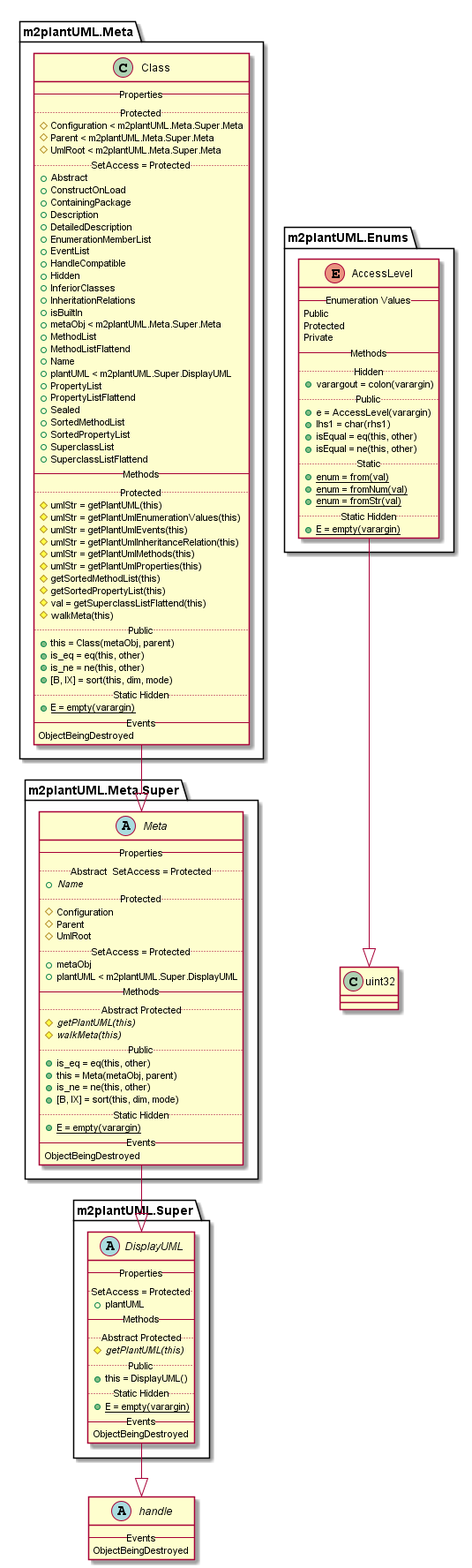
The PlantUML diagram doc/uml-examples/export-class-MethodInheritanceHint-false.png in flxdot/matdoc, before a commit.
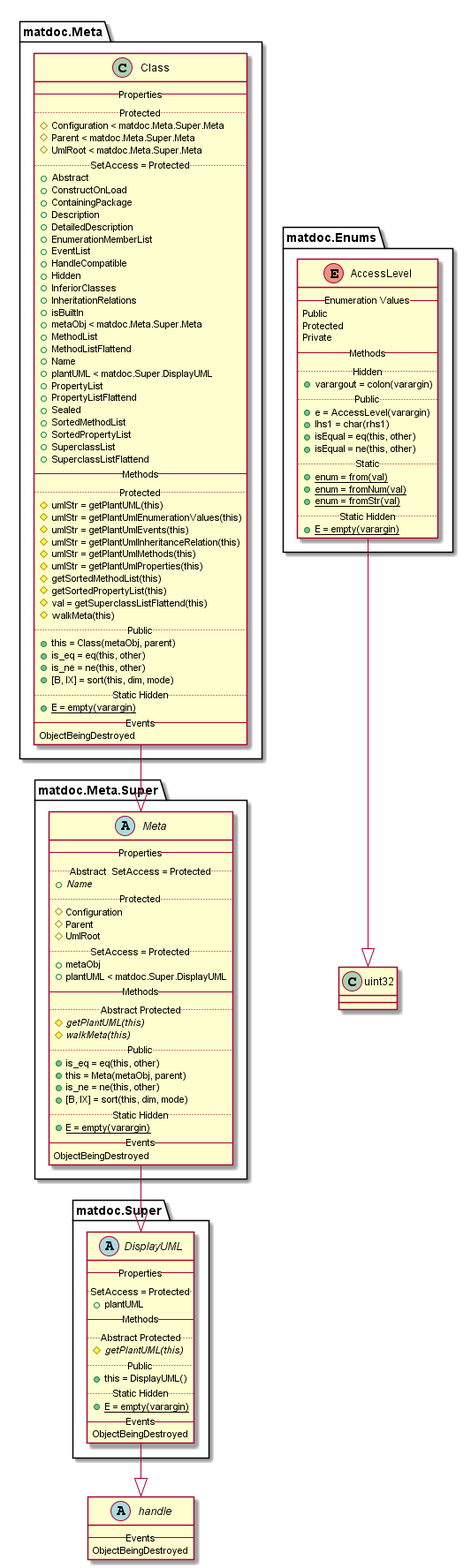
The same file after the commit.

Diff of the diagram source:
```diff
@@ -6,7 +6,7 @@
 }
 
 
-enum m2plantUML.Enums.AccessLevel {
+enum matdoc.Enums.AccessLevel {
    -- Enumeration Values --
    Public
    Protected
@@ -27,14 +27,14 @@
    {method}{static} + E = empty(varargin)
 }
 
-m2plantUML.Enums.AccessLevel --|> uint32
+matdoc.Enums.AccessLevel --|> uint32
 
-class m2plantUML.Meta.Class {
+class matdoc.Meta.Class {
    -- Properties --
    .. Protected ..
-   {field} # Configuration < m2plantUML.Meta.Super.Meta
-   {field} # Parent < m2plantUML.Meta.Super.Meta
-   {field} # UmlRoot < m2plantUML.Meta.Super.Meta
+   {field} # Configuration < matdoc.Meta.Super.Meta
+   {field} # Parent < matdoc.Meta.Super.Meta
+   {field} # UmlRoot < matdoc.Meta.Super.Meta
    .. SetAccess = Protected ..
    {field} + Abstract
    {field} + ConstructOnLoad
@@ -48,11 +48,11 @@
    {field} + InferiorClasses
    {field} + InheritationRelations
    {field} + isBuiltIn
-   {field} + metaObj < m2plantUML.Meta.Super.Meta
+   {field} + metaObj < matdoc.Meta.Super.Meta
    {field} + MethodList
    {field} + MethodListFlattend
    {field} + Name
-   {field} + plantUML < m2plantUML.Super.DisplayUML
+   {field} + plantUML < matdoc.Super.DisplayUML
    {field} + PropertyList
    {field} + PropertyListFlattend
    {field} + Sealed
@@ -83,9 +83,9 @@
    ObjectBeingDestroyed
 }
 
-m2plantUML.Meta.Class --|> m2plantUML.Meta.Super.Meta
+matdoc.Meta.Class --|> matdoc.Meta.Super.Meta
 
-abstract class m2plantUML.Meta.Super.Meta {
+abstract class matdoc.Meta.Super.Meta {
    -- Properties --
    .. Abstract  SetAccess = Protected ..
    {field}{abstract} + Name
@@ -95,7 +95,7 @@
    {field} # UmlRoot
    .. SetAccess = Protected ..
    {field} + metaObj
-   {field} + plantUML < m2plantUML.Super.DisplayUML
+   {field} + plantUML < matdoc.Super.DisplayUML
    -- Methods --
    .. Abstract Protected ..
    {method}{abstract} # getPlantUML(this)
@@ -111,9 +111,9 @@
    ObjectBeingDestroyed
 }
 
-m2plantUML.Meta.Super.Meta --|> m2plantUML.Super.DisplayUML
+matdoc.Meta.Super.Meta --|> matdoc.Super.DisplayUML
 
-abstract class m2plantUML.Super.DisplayUML {
+abstract class matdoc.Super.DisplayUML {
    -- Properties --
    .. SetAccess = Protected ..
    {field} + plantUML
@@ -128,7 +128,7 @@
    ObjectBeingDestroyed
 }
 
-m2plantUML.Super.DisplayUML --|> handle
+matdoc.Super.DisplayUML --|> handle
 
 class uint32 {
 }
```
